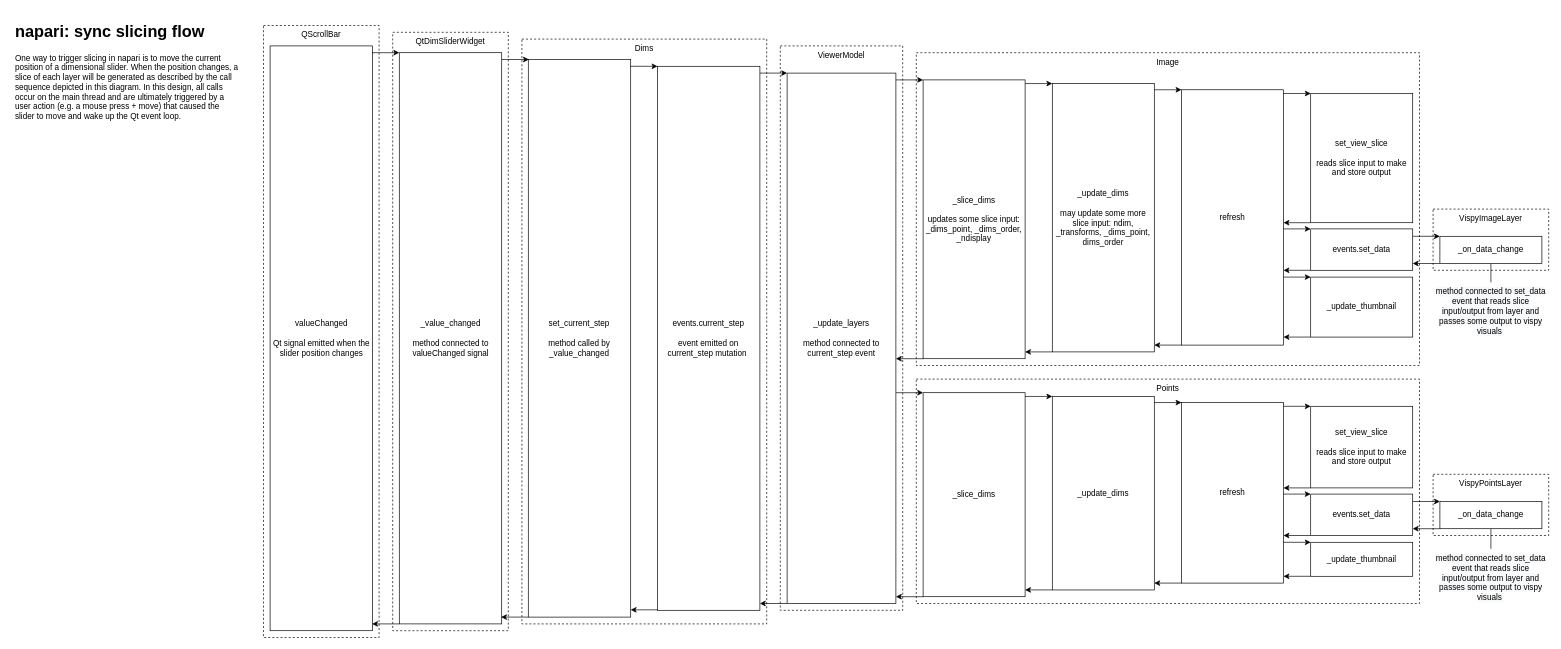
andy-sweet/napari-diagrams keeps this draw.io diagram as napari-slicing-sync-calls.drawio. Above is the earlier version. Source tidied: cells renumbered, new cells numbered last; positions are measured from the earlier drawing's top-left corner, leaving out a move shared by most shapes. Both pictures are drawn from the tidied source at 68%, with x=0, y=0 at pixel (12, 18).
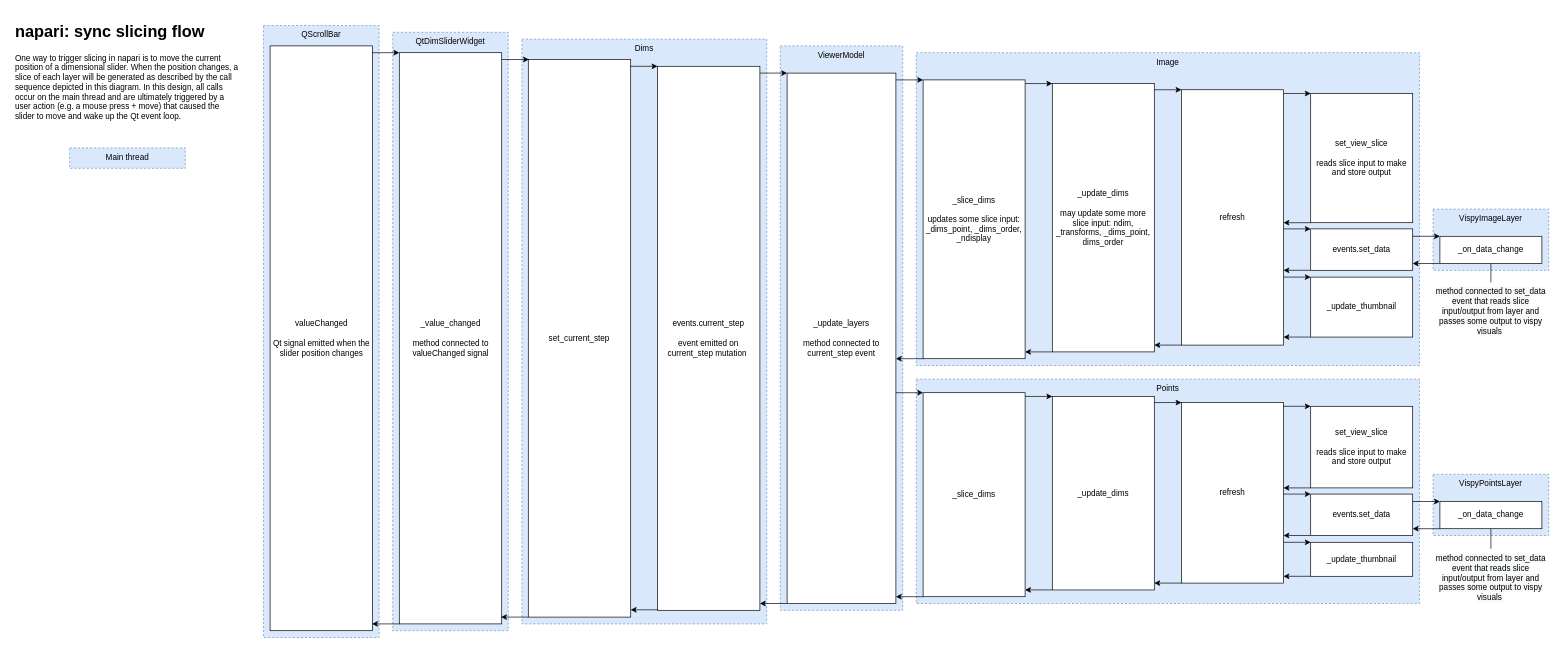
Above is the later version.

Change to the diagram source:
```diff
@@
-    <mxCell id="2" value="VispyPointsLayer" style="rounded=0;whiteSpace=wrap;html=1;verticalAlign=top;align=center;spacingLeft=0;spacingTop=0;dashed=1;" parent="1" vertex="1">
+    <mxCell id="2" value="VispyPointsLayer" style="rounded=0;whiteSpace=wrap;html=1;verticalAlign=top;align=center;spacingLeft=0;spacingTop=0;dashed=1;fillColor=#dae8fc;strokeColor=#6c8ebf;" parent="1" vertex="1">
       <mxGeometry x="2090" y="670" width="170" height="90" as="geometry" />
     </mxCell>
-    <mxCell id="3" value="VispyImageLayer" style="rounded=0;whiteSpace=wrap;html=1;verticalAlign=top;align=center;spacingLeft=0;spacingTop=0;dashed=1;" parent="1" vertex="1">
+    <mxCell id="3" value="VispyImageLayer" style="rounded=0;whiteSpace=wrap;html=1;verticalAlign=top;align=center;spacingLeft=0;spacingTop=0;dashed=1;fillColor=#dae8fc;strokeColor=#6c8ebf;" parent="1" vertex="1">
       <mxGeometry x="2090" y="280" width="170" height="90" as="geometry" />
     </mxCell>
@@
-    <mxCell id="5" value="ViewerModel" style="rounded=0;whiteSpace=wrap;html=1;verticalAlign=top;align=center;spacingLeft=0;spacingTop=0;dashed=1;fillColor=none;" parent="1" vertex="1">
+    <mxCell id="5" value="ViewerModel" style="rounded=0;whiteSpace=wrap;html=1;verticalAlign=top;align=center;spacingLeft=0;spacingTop=0;dashed=1;fillColor=#dae8fc;strokeColor=#6c8ebf;" parent="1" vertex="1">
       <mxGeometry x="1130" y="40" width="180" height="830" as="geometry" />
     </mxCell>
@@
-    <mxCell id="7" value="Dims" style="rounded=0;whiteSpace=wrap;html=1;verticalAlign=top;align=center;spacingLeft=0;spacingTop=0;dashed=1;" parent="1" vertex="1">
+    <mxCell id="7" value="Dims" style="rounded=0;whiteSpace=wrap;html=1;verticalAlign=top;align=center;spacingLeft=0;spacingTop=0;dashed=1;fillColor=#dae8fc;strokeColor=#6c8ebf;" parent="1" vertex="1">
       <mxGeometry x="750" y="30" width="360" height="860" as="geometry" />
     </mxCell>
@@
-    <mxCell id="9" value="Image" style="rounded=0;whiteSpace=wrap;html=1;verticalAlign=top;align=center;spacingLeft=0;spacingTop=0;dashed=1;fillColor=none;" parent="1" vertex="1">
+    <mxCell id="9" value="Image" style="rounded=0;whiteSpace=wrap;html=1;verticalAlign=top;align=center;spacingLeft=0;spacingTop=0;dashed=1;fillColor=#dae8fc;strokeColor=#6c8ebf;" parent="1" vertex="1">
       <mxGeometry x="1330" y="50" width="740" height="460" as="geometry" />
     </mxCell>
@@
-    <mxCell id="16" value="QtDimSliderWidget" style="rounded=0;whiteSpace=wrap;html=1;verticalAlign=top;align=center;spacingLeft=0;spacingTop=0;dashed=1;" parent="1" vertex="1">
+    <mxCell id="16" value="QtDimSliderWidget" style="rounded=0;whiteSpace=wrap;html=1;verticalAlign=top;align=center;spacingLeft=0;spacingTop=0;dashed=1;fillColor=#dae8fc;strokeColor=#6c8ebf;" parent="1" vertex="1">
       <mxGeometry x="560" y="20" width="170" height="880" as="geometry" />
     </mxCell>
@@
-    <mxCell id="18" value="QScrollBar" style="rounded=0;whiteSpace=wrap;html=1;verticalAlign=top;align=center;spacingLeft=0;spacingTop=0;dashed=1;" parent="1" vertex="1">
+    <mxCell id="18" value="QScrollBar" style="rounded=0;whiteSpace=wrap;html=1;verticalAlign=top;align=center;spacingLeft=0;spacingTop=0;dashed=1;fillColor=#dae8fc;strokeColor=#6c8ebf;" parent="1" vertex="1">
       <mxGeometry x="370" y="10" width="170" height="900" as="geometry" />
     </mxCell>
@@
-    <mxCell id="20" value="set_current_step&lt;br&gt;&lt;br&gt;method called by _value_changed" style="rounded=0;whiteSpace=wrap;html=1;" parent="1" vertex="1">
+    <mxCell id="20" value="set_current_step" style="rounded=0;whiteSpace=wrap;html=1;" parent="1" vertex="1">
       <mxGeometry x="759.4" y="60" width="150.6" height="820" as="geometry" />
     </mxCell>
@@
-    <mxCell id="44" value="Points" style="rounded=0;whiteSpace=wrap;html=1;verticalAlign=top;align=center;spacingLeft=0;spacingTop=0;dashed=1;fillColor=none;" parent="1" vertex="1">
+    <mxCell id="44" value="Points" style="rounded=0;whiteSpace=wrap;html=1;verticalAlign=top;align=center;spacingLeft=0;spacingTop=0;dashed=1;fillColor=#dae8fc;strokeColor=#6c8ebf;" parent="1" vertex="1">
       <mxGeometry x="1330" y="530" width="740" height="330" as="geometry" />
     </mxCell>
@@
     <mxCell id="69" value="&lt;h1&gt;napari: sync slicing flow&amp;nbsp;&lt;/h1&gt;&lt;p&gt;One way to trigger slicing in napari is to move the current position of a dimensional slider. When the position changes, a slice of each layer will be generated as described by the call sequence depicted in this diagram. In this design, all calls occur on the main thread and are ultimately triggered by a user action (e.g. a mouse press + move) that caused the slider to move and wake up the Qt event loop.&amp;nbsp;&lt;/p&gt;" style="text;html=1;strokeColor=none;fillColor=none;spacing=5;spacingTop=-20;whiteSpace=wrap;overflow=hidden;rounded=0;dashed=1;dashPattern=1 1;" parent="1" vertex="1">
-      <mxGeometry width="340" height="510" as="geometry" />
+      <mxGeometry width="340" height="170" as="geometry" />
     </mxCell>
+    <mxCell id="70" value="Main thread" style="rounded=0;whiteSpace=wrap;html=1;verticalAlign=top;align=center;spacingLeft=0;spacingTop=0;dashed=1;fillColor=#dae8fc;strokeColor=#6c8ebf;" parent="1" vertex="1">
+      <mxGeometry x="85" y="190" width="170" height="30" as="geometry" />
+    </mxCell>
```
